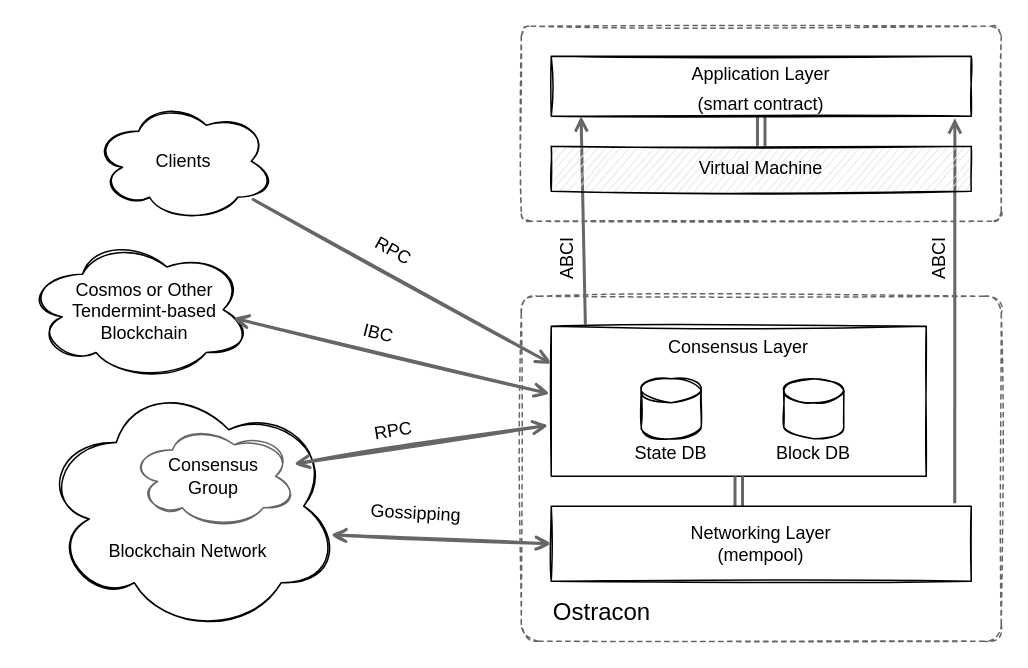
Earlier version of the draw.io diagram page "Layered Archtecture" (1 of 8) of docs/static/figures.drawio (Finschia/ostracon). Source tidied: cells renumbered, new cells numbered last; positions are measured from the earlier drawing's top-left corner, leaving out a move shared by most shapes. Both pictures are drawn from the tidied source at 150%, with x=0, y=0 at pixel (26, 26).
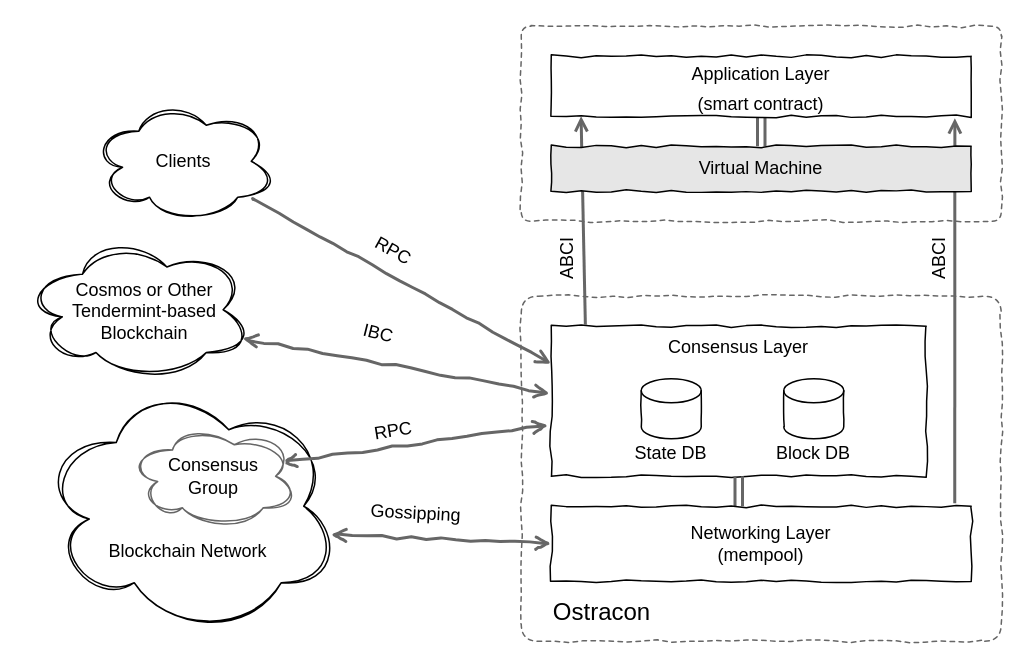
Above is the later version.

Change to the diagram source:
```diff
@@
-    <mxCell id="2" style="rounded=1;whiteSpace=wrap;html=1;sketch=1;fontSize=12;align=center;arcSize=5;dashed=1;strokeColor=#666666;" parent="1" vertex="1">
+    <mxCell id="2" style="rounded=1;whiteSpace=wrap;html=1;fontSize=12;align=center;arcSize=5;dashed=1;strokeColor=#666666;comic=1;" parent="1" vertex="1">
       <mxGeometry x="330" y="180" width="320" height="230" as="geometry" />
     </mxCell>
-    <mxCell id="3" style="rounded=1;whiteSpace=wrap;html=1;sketch=1;fontSize=12;align=center;arcSize=5;dashed=1;strokeColor=#666666;" parent="1" vertex="1">
+    <mxCell id="3" style="rounded=1;whiteSpace=wrap;html=1;fontSize=12;align=center;arcSize=5;dashed=1;strokeColor=#666666;comic=1;" parent="1" vertex="1">
       <mxGeometry x="330" width="320" height="130" as="geometry" />
     </mxCell>
-    <mxCell id="4" value="Consensus Layer" style="rounded=0;whiteSpace=wrap;html=1;sketch=1;fillColor=#ffffff;fontSize=12;align=center;verticalAlign=top;" parent="1" vertex="1">
+    <mxCell id="4" value="Consensus Layer" style="rounded=0;whiteSpace=wrap;html=1;fillColor=#ffffff;fontSize=12;align=center;verticalAlign=top;comic=1;" parent="1" vertex="1">
       <mxGeometry x="350" y="200" width="250" height="100" as="geometry" />
     </mxCell>
-    <mxCell id="5" style="shape=cylinder3;whiteSpace=wrap;html=1;boundedLbl=1;backgroundOutline=1;size=8;sketch=1;fontSize=16;fillColor=#ffffff;" parent="1" vertex="1">
+    <mxCell id="5" style="shape=cylinder3;whiteSpace=wrap;html=1;boundedLbl=1;backgroundOutline=1;size=8;fontSize=16;fillColor=#ffffff;comic=1;" parent="1" vertex="1">
       <mxGeometry x="410" y="235" width="40" height="40" as="geometry" />
     </mxCell>
@@
-    <mxCell id="7" style="shape=cylinder3;whiteSpace=wrap;html=1;boundedLbl=1;backgroundOutline=1;size=8;sketch=1;fontSize=16;fillColor=#ffffff;" parent="1" vertex="1">
+    <mxCell id="7" style="shape=cylinder3;whiteSpace=wrap;html=1;boundedLbl=1;backgroundOutline=1;size=8;fontSize=16;fillColor=#ffffff;comic=1;" parent="1" vertex="1">
       <mxGeometry x="505" y="235" width="40" height="40" as="geometry" />
     </mxCell>
@@
-    <mxCell id="10" value="Networking Layer&lt;br&gt;(mempool)" style="rounded=0;whiteSpace=wrap;html=1;sketch=1;fontSize=12;fillColor=#FFFFFF;" parent="1" vertex="1">
+    <mxCell id="10" value="Networking Layer&lt;br&gt;(mempool)" style="rounded=0;whiteSpace=wrap;html=1;fontSize=12;fillColor=#FFFFFF;comic=1;" parent="1" vertex="1">
       <mxGeometry x="350" y="320" width="280" height="50" as="geometry" />
     </mxCell>
-    <mxCell id="11" style="rounded=0;sketch=1;jettySize=auto;html=1;entryX=0;entryY=0.5;entryDx=0;entryDy=0;fontSize=12;fontColor=#000000;startArrow=open;startFill=0;endArrow=open;endFill=0;strokeColor=#666666;strokeWidth=2;exitX=0.965;exitY=0.612;exitDx=0;exitDy=0;exitPerimeter=0;" parent="1" edge="1" source="12" target="10">
+    <mxCell id="11" style="rounded=0;jettySize=auto;html=1;entryX=0;entryY=0.5;entryDx=0;entryDy=0;fontSize=12;fontColor=#000000;startArrow=open;startFill=0;endArrow=open;endFill=0;strokeColor=#666666;strokeWidth=2;exitX=0.965;exitY=0.612;exitDx=0;exitDy=0;exitPerimeter=0;comic=1;" parent="1" edge="1" source="12" target="10">
       <mxGeometry relative="1" as="geometry" />
     </mxCell>
-    <mxCell id="12" style="ellipse;shape=cloud;whiteSpace=wrap;html=1;sketch=1;verticalAlign=bottom;" parent="1" vertex="1">
+    <mxCell id="12" style="ellipse;shape=cloud;whiteSpace=wrap;html=1;verticalAlign=bottom;comic=1;sketch=1;curveFitting=1;jiggle=2;" parent="1" vertex="1">
       <mxGeometry x="10" y="235" width="200" height="170" as="geometry" />
     </mxCell>
-    <mxCell id="13" style="rounded=0;sketch=1;jettySize=auto;html=1;fontSize=12;fontColor=#000000;startArrow=open;startFill=0;endArrow=open;endFill=0;strokeColor=#666666;strokeWidth=2;entryX=-0.008;entryY=0.66;entryDx=0;entryDy=0;entryPerimeter=0;" parent="1" edge="1" source="14" target="4">
+    <mxCell id="13" style="rounded=0;jettySize=auto;html=1;fontSize=12;fontColor=#000000;startArrow=open;startFill=0;endArrow=open;endFill=0;strokeColor=#666666;strokeWidth=2;entryX=-0.008;entryY=0.66;entryDx=0;entryDy=0;entryPerimeter=0;comic=1;exitX=0.909;exitY=0.371;exitDx=0;exitDy=0;exitPerimeter=0;" parent="1" edge="1" source="14" target="4">
       <mxGeometry relative="1" as="geometry" />
     </mxCell>
-    <mxCell id="14" value="Consensus&lt;br&gt;Group" style="ellipse;shape=cloud;whiteSpace=wrap;html=1;sketch=1;strokeColor=#666666;" parent="1" vertex="1">
+    <mxCell id="14" value="Consensus&lt;br&gt;Group" style="ellipse;shape=cloud;whiteSpace=wrap;html=1;strokeColor=#666666;comic=1;sketch=1;curveFitting=1;jiggle=2;" parent="1" vertex="1">
       <mxGeometry x="70" y="265" width="110" height="70" as="geometry" />
     </mxCell>
@@
-    <mxCell id="16" value="&lt;font style=&quot;font-size: 12px&quot;&gt;Application Layer&lt;br&gt;(smart contract)&lt;/font&gt;" style="rounded=0;whiteSpace=wrap;html=1;sketch=1;fillColor=#ffffff;fontSize=16;align=center;" parent="1" vertex="1">
+    <mxCell id="16" value="&lt;font style=&quot;font-size: 12px&quot;&gt;Application Layer&lt;br&gt;(smart contract)&lt;/font&gt;" style="rounded=0;whiteSpace=wrap;html=1;fillColor=#ffffff;fontSize=16;align=center;comic=1;" parent="1" vertex="1">
       <mxGeometry x="350" y="20" width="280" height="40" as="geometry" />
     </mxCell>
-    <mxCell id="17" style="rounded=0;sketch=1;jettySize=auto;html=1;entryX=0;entryY=0.25;entryDx=0;entryDy=0;fontSize=12;fontColor=#000000;startArrow=none;startFill=0;endArrow=open;endFill=0;strokeColor=#666666;strokeWidth=2;elbow=vertical;" parent="1" edge="1" source="18" target="4">
+    <mxCell id="17" style="rounded=0;jettySize=auto;html=1;entryX=0;entryY=0.25;entryDx=0;entryDy=0;fontSize=12;fontColor=#000000;startArrow=none;startFill=0;endArrow=open;endFill=0;strokeColor=#666666;strokeWidth=2;elbow=vertical;comic=1;" parent="1" edge="1" source="18" target="4">
       <mxGeometry relative="1" as="geometry" />
     </mxCell>
-    <mxCell id="18" value="Clients" style="ellipse;shape=cloud;whiteSpace=wrap;html=1;sketch=1;" parent="1" vertex="1">
+    <mxCell id="18" value="Clients" style="ellipse;shape=cloud;whiteSpace=wrap;html=1;comic=1;sketch=1;curveFitting=1;jiggle=2;" parent="1" vertex="1">
       <mxGeometry x="45" y="50" width="120" height="80" as="geometry" />
     </mxCell>
@@
-    <mxCell id="21" value="Virtual Machine" style="rounded=0;whiteSpace=wrap;html=1;sketch=1;fontSize=12;fillColor=#E6E6E6;" parent="1" vertex="1">
+    <mxCell id="21" value="Virtual Machine" style="rounded=0;whiteSpace=wrap;html=1;fontSize=12;fillColor=#E6E6E6;comic=1;" parent="1" vertex="1">
       <mxGeometry x="350" y="80" width="280" height="30" as="geometry" />
     </mxCell>
@@
-    <mxCell id="24" style="ellipse;shape=cloud;whiteSpace=wrap;html=1;sketch=1;" parent="1" vertex="1">
+    <mxCell id="24" style="ellipse;shape=cloud;whiteSpace=wrap;html=1;comic=1;sketch=1;curveFitting=1;jiggle=2;" parent="1" vertex="1">
       <mxGeometry y="141.5" width="150" height="95" as="geometry" />
     </mxCell>
-    <mxCell id="25" style="rounded=0;sketch=1;jettySize=auto;html=1;fontSize=12;fontColor=#000000;startArrow=open;startFill=0;endArrow=open;endFill=0;strokeColor=#666666;strokeWidth=2;elbow=vertical;exitX=0.92;exitY=0.558;exitDx=0;exitDy=0;exitPerimeter=0;" parent="1" edge="1" source="24">
+    <mxCell id="25" style="rounded=0;jettySize=auto;html=1;fontSize=12;fontColor=#000000;startArrow=open;startFill=0;endArrow=open;endFill=0;strokeColor=#666666;strokeWidth=2;elbow=vertical;exitX=0.96;exitY=0.7;exitDx=0;exitDy=0;exitPerimeter=0;comic=1;" parent="1" edge="1" source="24">
       <mxGeometry relative="1" as="geometry">
         <mxPoint x="349" y="245" as="targetPoint" />
       </mxGeometry>
     </mxCell>
```
